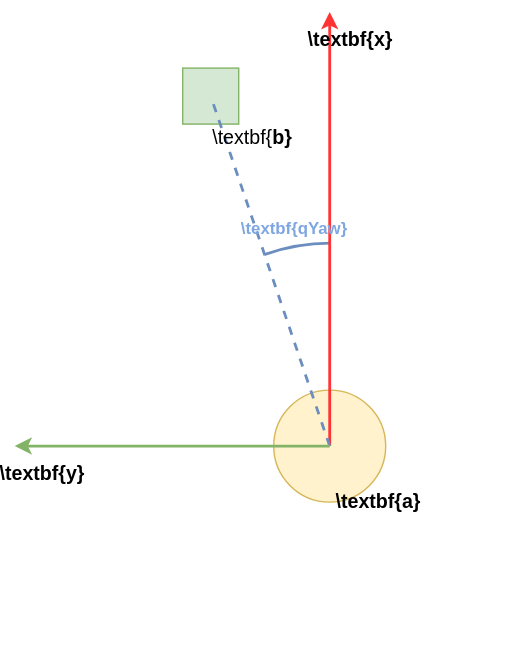
orjano-max/ORJANOS_MASTER_REPO keeps this draw.io diagram as Figures/figqYaw.drawio.svg. Above is the earlier version. Source tidied: cells renumbered, new cells last; positions are measured from the earlier drawing's top-left corner, leaving out a move shared by most shapes.
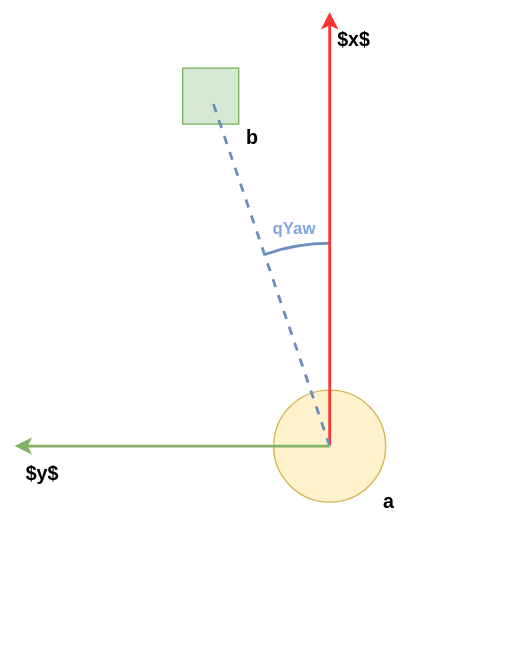
After the commit.

Change to the diagram source:
```diff
@@ -29,19 +29,19 @@
         <mxPoint x="10" y="310" as="targetPoint" />
       </mxGeometry>
     </mxCell>
-    <mxCell id="8" value="&lt;b&gt;\textbf{qYaw}&lt;/b&gt;" style="text;html=1;strokeColor=none;fillColor=none;align=center;verticalAlign=middle;whiteSpace=wrap;rounded=0;fontColor=#7EA6E0;" parent="1" vertex="1">
+    <mxCell id="8" value="&lt;b&gt;qYaw&lt;/b&gt;" style="text;html=1;strokeColor=none;fillColor=none;align=center;verticalAlign=middle;whiteSpace=wrap;rounded=0;fontColor=#7EA6E0;" parent="1" vertex="1">
       <mxGeometry x="180" y="140" width="60" height="30" as="geometry" />
     </mxCell>
-    <mxCell id="9" value="&lt;b style=&quot;font-size: 14px;&quot;&gt;\textbf{a}&lt;/b&gt;" style="text;html=1;strokeColor=none;fillColor=none;align=center;verticalAlign=middle;whiteSpace=wrap;rounded=0;fontSize=14;" parent="1" vertex="1">
-      <mxGeometry x="240" y="340" width="60" height="20" as="geometry" />
+    <mxCell id="9" value="&lt;b style=&quot;font-size: 14px;&quot;&gt;a&lt;/b&gt;" style="text;html=1;strokeColor=none;fillColor=none;align=center;verticalAlign=middle;whiteSpace=wrap;rounded=0;fontSize=14;" parent="1" vertex="1">
+      <mxGeometry x="265" y="340" width="25" height="20" as="geometry" />
     </mxCell>
-    <mxCell id="10" value="\textbf{&lt;b style=&quot;font-size: 14px;&quot;&gt;b}&lt;/b&gt;" style="text;html=1;strokeColor=none;fillColor=none;align=center;verticalAlign=middle;whiteSpace=wrap;rounded=0;fontSize=14;" parent="1" vertex="1">
+    <mxCell id="10" value="&lt;b style=&quot;font-size: 14px;&quot;&gt;b&lt;/b&gt;" style="text;html=1;strokeColor=none;fillColor=none;align=center;verticalAlign=middle;whiteSpace=wrap;rounded=0;fontSize=14;" parent="1" vertex="1">
       <mxGeometry x="170" y="80" width="20" height="20" as="geometry" />
     </mxCell>
-    <mxCell id="11" value="&lt;b style=&quot;font-size: 14px;&quot;&gt;\textbf{x}&lt;/b&gt;" style="text;html=1;strokeColor=none;fillColor=none;align=center;verticalAlign=middle;whiteSpace=wrap;rounded=0;fontSize=14;" parent="1" vertex="1">
-      <mxGeometry x="225" y="10" width="50" height="20" as="geometry" />
+    <mxCell id="11" value="&lt;b style=&quot;font-size: 14px;&quot;&gt;$x$&lt;/b&gt;" style="text;html=1;strokeColor=none;fillColor=none;align=center;verticalAlign=middle;whiteSpace=wrap;rounded=0;fontSize=14;" parent="1" vertex="1">
+      <mxGeometry x="240" y="10" width="25" height="20" as="geometry" />
     </mxCell>
-    <mxCell id="12" value="&lt;b style=&quot;font-size: 14px;&quot;&gt;\textbf{y}&lt;/b&gt;" style="text;html=1;strokeColor=none;fillColor=none;align=center;verticalAlign=middle;whiteSpace=wrap;rounded=0;fontSize=14;" parent="1" vertex="1">
+    <mxCell id="12" value="&lt;b style=&quot;font-size: 14px;&quot;&gt;$y$&lt;/b&gt;" style="text;html=1;strokeColor=none;fillColor=none;align=center;verticalAlign=middle;whiteSpace=wrap;rounded=0;fontSize=14;" parent="1" vertex="1">
       <mxGeometry y="320" width="60" height="20" as="geometry" />
     </mxCell>
   </root>
```
